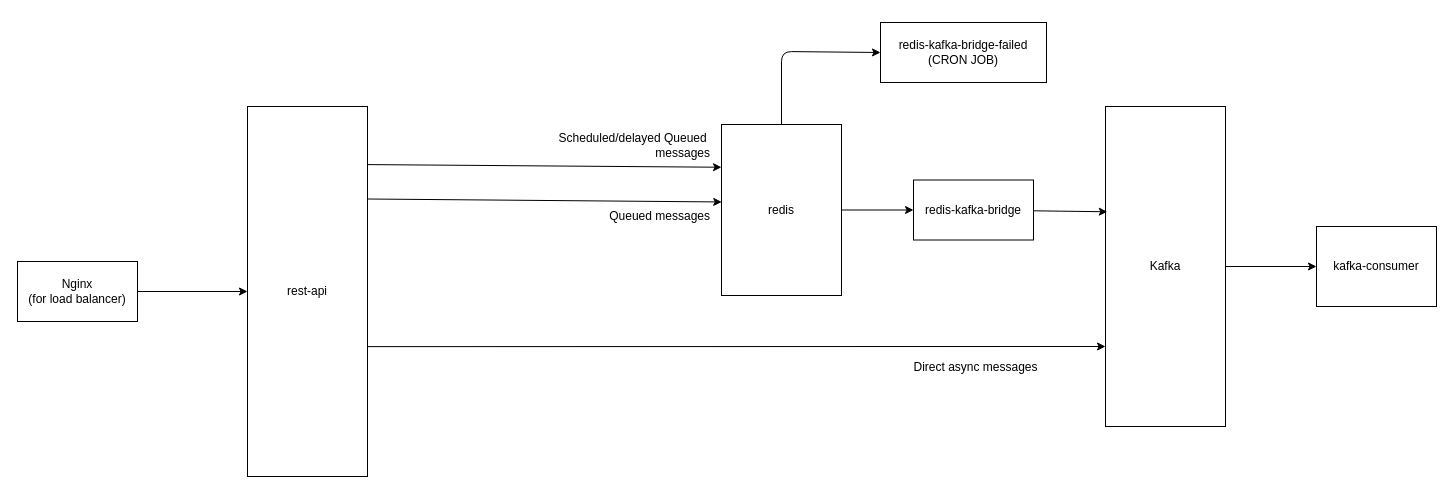
The draw.io diagram archi.drawio in Rafat97/enterprise-messaging-system, before the edit. Source tidied: cells renumbered, new cells numbered last; positions are measured from the earlier drawing's top-left corner, leaving out a move shared by most shapes. Both pictures are drawn from the tidied source at 100%, with x=0, y=0 at pixel (17, 22).
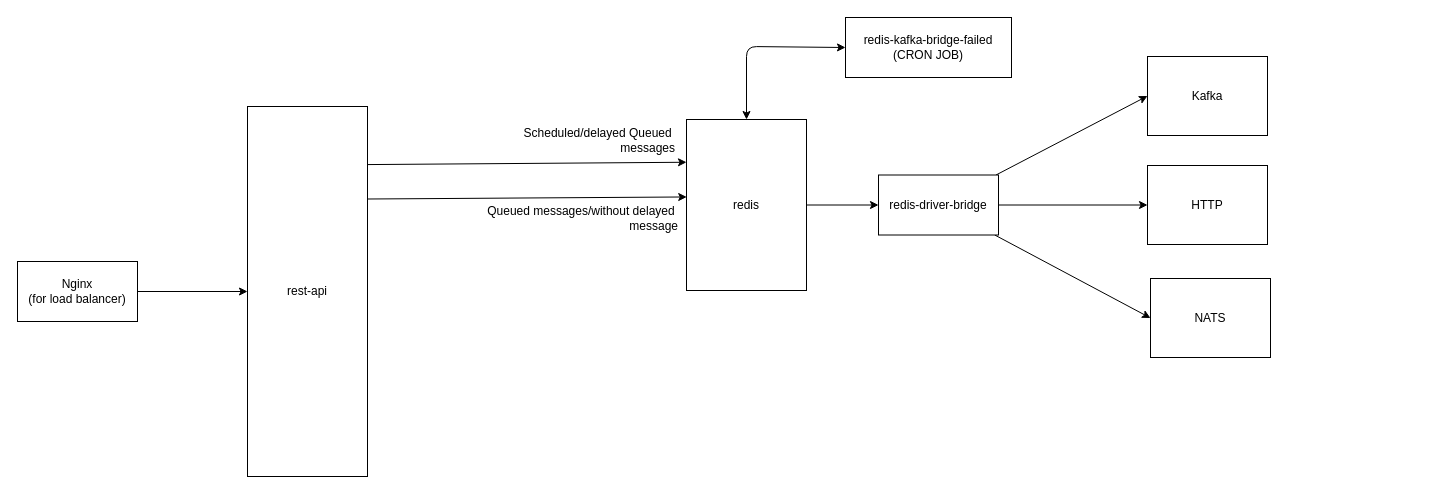
The same page after the edit.

The change refers to these unchanged cells:
```xml
<mxCell id="5" value="rest-api" style="rounded=0;whiteSpace=wrap;html=1;" parent="1" vertex="1">
  <mxGeometry x="230" y="84" width="120" height="370" as="geometry" />
</mxCell>
```

Diff of the diagram source:
```diff
@@
-    <mxCell id="3" style="edgeStyle=none;html=1;entryX=0;entryY=0.75;entryDx=0;entryDy=0;exitX=0.992;exitY=0.649;exitDx=0;exitDy=0;exitPerimeter=0;" parent="1" edge="1" source="5" target="10">
-      <mxGeometry relative="1" as="geometry" />
-    </mxCell>
@@
-    <mxCell id="7" style="edgeStyle=none;html=1;entryX=0;entryY=0.5;entryDx=0;entryDy=0;" parent="1" edge="1" source="8" target="19">
+    <mxCell id="7" style="edgeStyle=none;html=1;entryX=0;entryY=0.5;entryDx=0;entryDy=0;startArrow=classic;startFill=1;" parent="1" edge="1" source="8" target="19">
       <mxGeometry relative="1" as="geometry">
         <Array as="points">
-          <mxPoint x="764" y="29" />
+          <mxPoint x="729" y="24" />
         </Array>
       </mxGeometry>
     </mxCell>
     <mxCell id="8" value="redis" style="rounded=0;whiteSpace=wrap;html=1;" parent="1" vertex="1">
-      <mxGeometry x="704" y="102" width="120" height="171" as="geometry" />
+      <mxGeometry x="669" y="97" width="120" height="171" as="geometry" />
     </mxCell>
-    <mxCell id="9" style="edgeStyle=none;html=1;entryX=0;entryY=0.5;entryDx=0;entryDy=0;" parent="1" edge="1" source="10" target="11">
-      <mxGeometry relative="1" as="geometry" />
-    </mxCell>
     <mxCell id="10" value="Kafka" style="rounded=0;whiteSpace=wrap;html=1;" parent="1" vertex="1">
-      <mxGeometry x="1088" y="84" width="120" height="320" as="geometry" />
+      <mxGeometry x="1130" y="34" width="120" height="79" as="geometry" />
     </mxCell>
-    <mxCell id="11" value="kafka-consumer" style="rounded=0;whiteSpace=wrap;html=1;" parent="1" vertex="1">
-      <mxGeometry x="1299" y="204" width="120" height="80" as="geometry" />
-    </mxCell>
-    <mxCell id="12" style="edgeStyle=none;html=1;entryX=0.015;entryY=0.329;entryDx=0;entryDy=0;entryPerimeter=0;" parent="1" edge="1" source="13" target="10">
+    <mxCell id="12" style="edgeStyle=none;html=1;entryX=0;entryY=0.5;entryDx=0;entryDy=0;startArrow=none;startFill=0;" parent="1" edge="1" source="13" target="10">
       <mxGeometry relative="1" as="geometry" />
     </mxCell>
+    <mxCell id="20" style="edgeStyle=none;html=1;entryX=0;entryY=0.5;entryDx=0;entryDy=0;startArrow=none;startFill=0;" parent="1" edge="1" source="13" target="22">
+      <mxGeometry relative="1" as="geometry" />
+    </mxCell>
+    <mxCell id="21" style="edgeStyle=none;html=1;entryX=0;entryY=0.5;entryDx=0;entryDy=0;startArrow=none;startFill=0;" parent="1" edge="1" source="13" target="23">
+      <mxGeometry relative="1" as="geometry" />
+    </mxCell>
-    <mxCell id="13" value="redis-kafka-bridge" style="whiteSpace=wrap;html=1;" parent="1" vertex="1">
-      <mxGeometry x="896" y="157.5" width="120" height="60" as="geometry" />
+    <mxCell id="13" value="redis-driver-bridge" style="whiteSpace=wrap;html=1;" parent="1" vertex="1">
+      <mxGeometry x="861" y="152.5" width="120" height="60" as="geometry" />
     </mxCell>
     <mxCell id="14" value="Scheduled/delayed Queued&amp;nbsp;&lt;br&gt;messages" style="text;html=1;align=right;verticalAlign=middle;strokeColor=none;fillColor=none;" parent="1" vertex="1">
-      <mxGeometry x="525" y="102" width="169" height="41" as="geometry" />
+      <mxGeometry x="490" y="97" width="169" height="41" as="geometry" />
     </mxCell>
-    <mxCell id="15" value="Direct async messages" style="text;html=1;align=center;verticalAlign=middle;strokeColor=none;fillColor=none;" parent="1" vertex="1">
-      <mxGeometry x="887" y="332" width="142" height="26" as="geometry" />
-    </mxCell>
@@
-    <mxCell id="18" value="Queued messages" style="text;html=1;align=right;verticalAlign=middle;strokeColor=none;fillColor=none;" parent="1" vertex="1">
-      <mxGeometry x="575" y="181" width="119" height="26" as="geometry" />
+    <mxCell id="18" value="Queued messages/without delayed&amp;nbsp;&lt;br&gt;message" style="text;html=1;align=right;verticalAlign=middle;strokeColor=none;fillColor=none;" parent="1" vertex="1">
+      <mxGeometry x="453" y="175" width="209" height="41" as="geometry" />
     </mxCell>
     <mxCell id="19" value="redis-kafka-bridge-failed&lt;br&gt;(CRON JOB)" style="whiteSpace=wrap;html=1;" parent="1" vertex="1">
-      <mxGeometry x="863" width="166" height="60" as="geometry" />
+      <mxGeometry x="828" y="-5" width="166" height="60" as="geometry" />
     </mxCell>
+    <mxCell id="22" value="HTTP" style="rounded=0;whiteSpace=wrap;html=1;" parent="1" vertex="1">
+      <mxGeometry x="1130" y="143" width="120" height="79" as="geometry" />
+    </mxCell>
+    <mxCell id="23" value="NATS" style="rounded=0;whiteSpace=wrap;html=1;" parent="1" vertex="1">
+      <mxGeometry x="1133" y="256" width="120" height="79" as="geometry" />
+    </mxCell>
```
